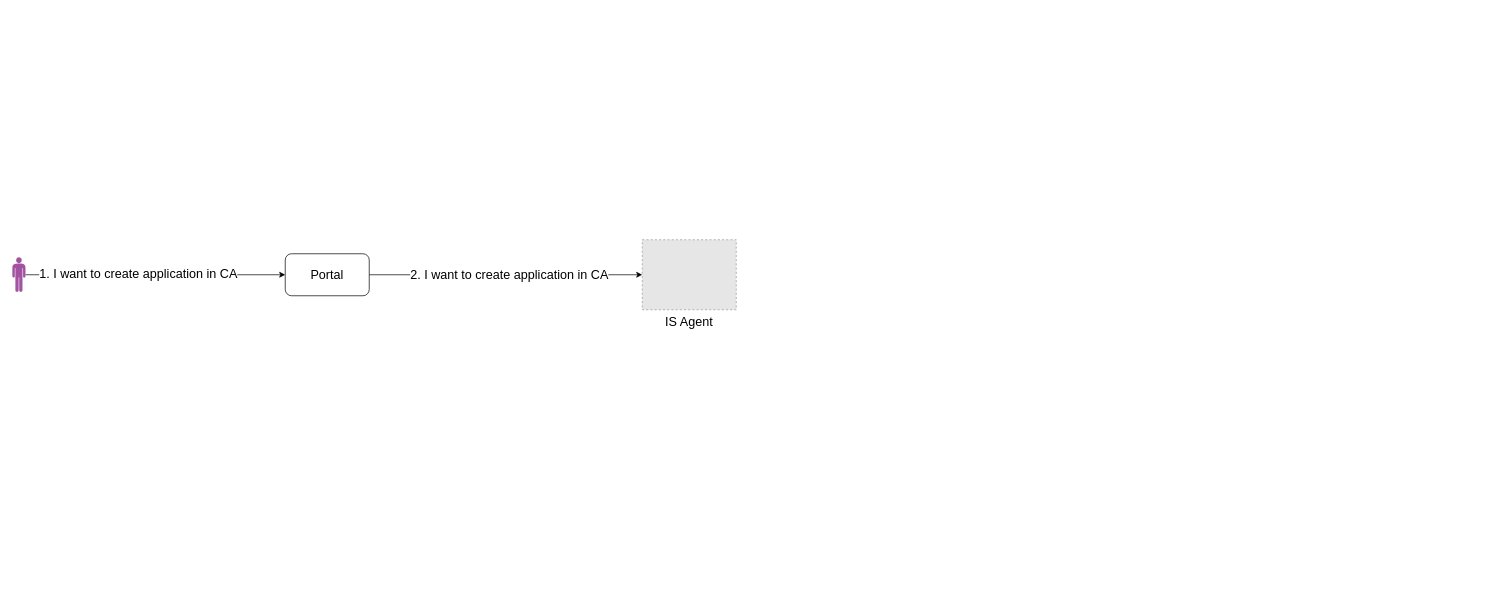
This is page "Intent Identification" (2 of 2) of Untitled Diagram.drawio from landerpaz/AI, a draw.io file, before an edit. Source tidied: cells renumbered, new cells numbered last; positions are measured from the earlier drawing's top-left corner, leaving out a move shared by most shapes. Both pictures are drawn from the tidied source at 70%, with x=0, y=0 at pixel (12, 239). Pictures stored in the file or linked from it are replaced by grey dashed boxes.
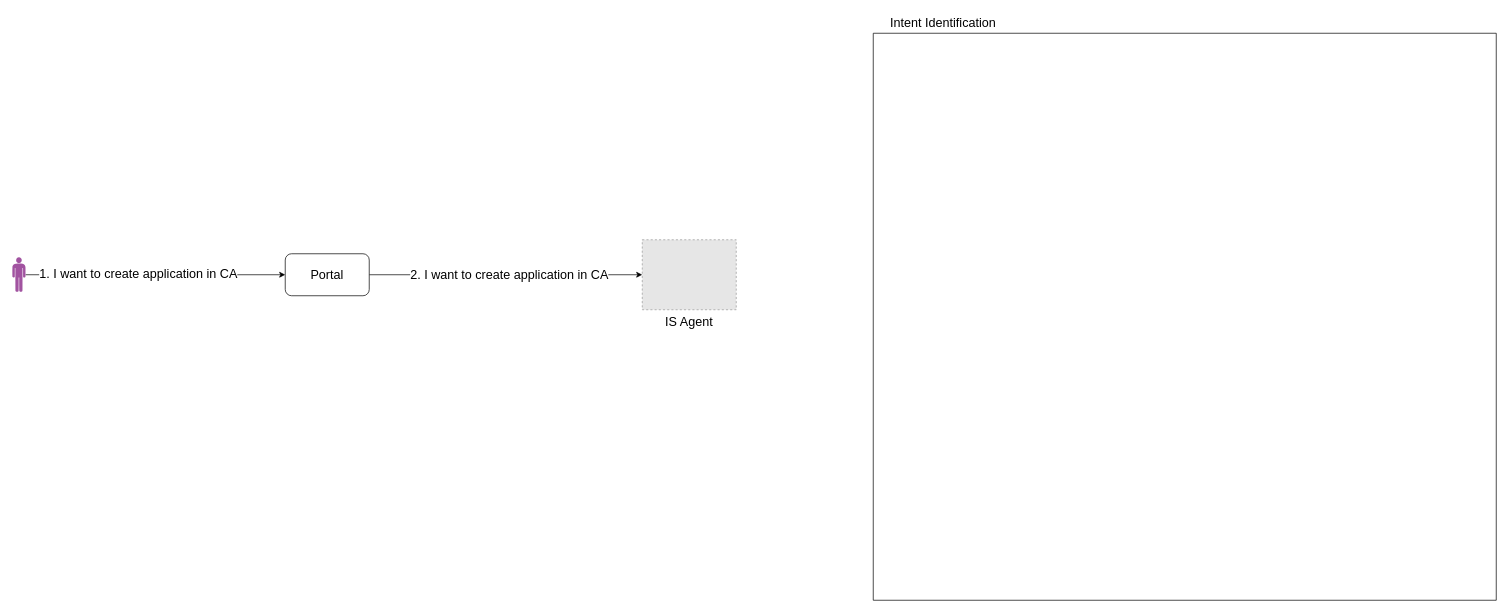
Above is the later version.

Change to the diagram source:
```diff
@@
 <mxGraphModel background="#ffffff">
   <root>
     <mxCell id="0" />
     <mxCell id="1" parent="0" />
     <mxCell id="2" style="edgeStyle=orthogonalEdgeStyle;rounded=0;jettySize=auto;html=1;entryX=0;entryY=0.5;entryDx=0;entryDy=0;" parent="1" edge="1" source="4" target="7">
       <mxGeometry relative="1" as="geometry" />
     </mxCell>
     <mxCell id="3" value="&lt;font style=&quot;font-size: 18px;&quot;&gt;1. I want to create application in CA&lt;/font&gt;" style="edgeLabel;html=1;align=center;verticalAlign=middle;" parent="2" vertex="1">
       <mxGeometry x="-0.14" y="2" relative="1" as="geometry" />
     </mxCell>
     <mxCell id="4" style="verticalLabelPosition=bottom;sketch=0;html=1;fillColor=#A153A0;verticalAlign=top;align=center;shape=mxgraph.cisco_safe.design.actor_2;" parent="1" vertex="1">
       <mxGeometry y="25" width="19" height="50" as="geometry" />
     </mxCell>
     <mxCell id="5" style="edgeStyle=orthogonalEdgeStyle;rounded=0;jettySize=auto;html=1;" parent="1" edge="1" source="7" target="8">
       <mxGeometry relative="1" as="geometry" />
     </mxCell>
     <mxCell id="6" value="&lt;span style=&quot;font-size: 18px;&quot;&gt;2. I want to create application in CA&lt;/span&gt;" style="edgeLabel;html=1;align=center;verticalAlign=middle;" parent="5" vertex="1">
       <mxGeometry x="-0.21" y="-2" relative="1" as="geometry">
         <mxPoint x="45" y="-2" as="offset" />
       </mxGeometry>
     </mxCell>
     <mxCell id="7" value="&lt;font style=&quot;font-size: 18px;&quot;&gt;Portal&lt;/font&gt;" style="rounded=1;whiteSpace=wrap;html=1;" parent="1" vertex="1">
       <mxGeometry x="390" y="20" width="120" height="60" as="geometry" />
     </mxCell>
     <mxCell id="8" value="IS Agent" style="fillColor=#E6E6E6;strokeColor=#999999;dashed=1;verticalLabelPosition=bottom;labelBackgroundColor=default;verticalAlign=top;fontSize=18;" parent="1" vertex="1">
       <mxGeometry x="900" width="134.3" height="100" as="geometry" />
     </mxCell>
+    <mxCell id="9" style="swimlane;startSize=0;" parent="1" vertex="1">
+      <mxGeometry x="1230" y="-295" width="890" height="810" as="geometry" />
+    </mxCell>
+    <mxCell id="10" value="&lt;font style=&quot;font-size: 18px;&quot;&gt;Intent Identification&lt;/font&gt;" style="text;html=1;whiteSpace=wrap;strokeColor=none;fillColor=none;align=center;verticalAlign=middle;rounded=0;" parent="1" vertex="1">
+      <mxGeometry x="1230" y="-325" width="200" height="30" as="geometry" />
+    </mxCell>
   </root>
 </mxGraphModel>
```
